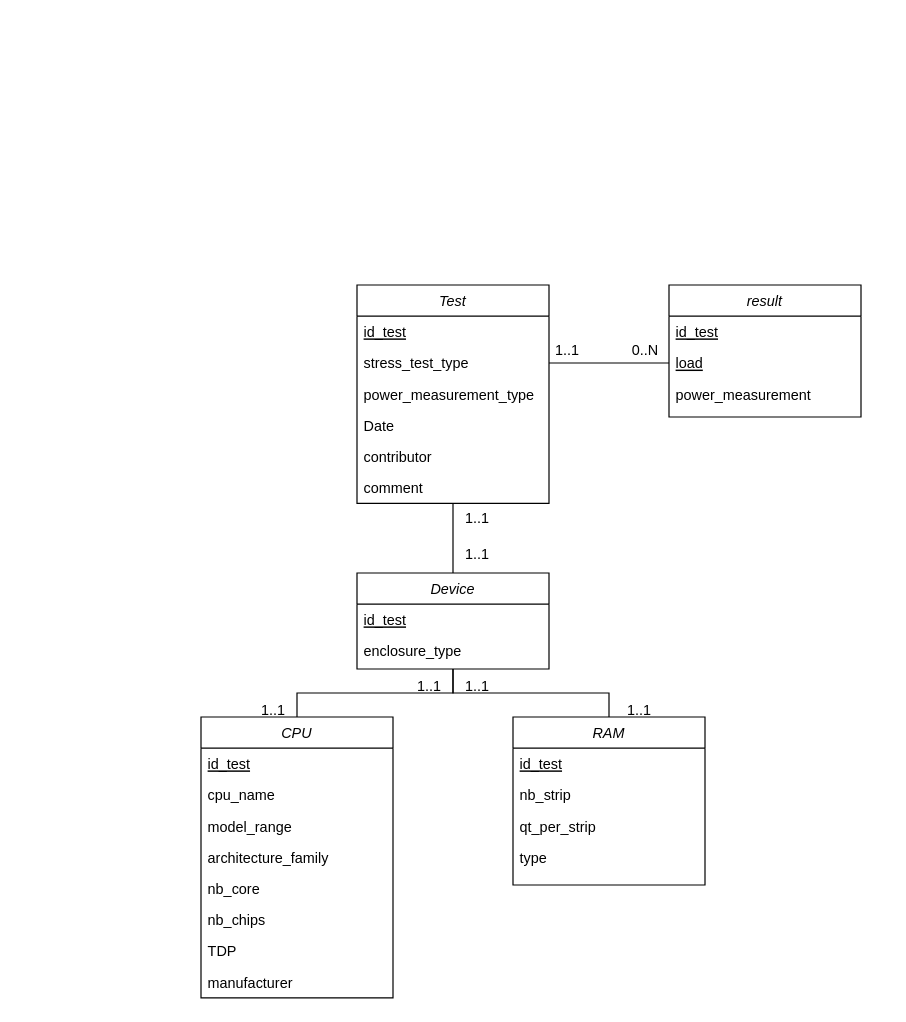
Above: Untitled Diagram.drawio in Boavizta/Energizta (draw.io), before the change. Source tidied: cells renumbered, new cells numbered last; positions are measured from the earlier drawing's top-left corner, leaving out a move shared by most shapes. Both pictures are drawn from the tidied source at 120%, with x=0, y=0 at pixel (200, 284).
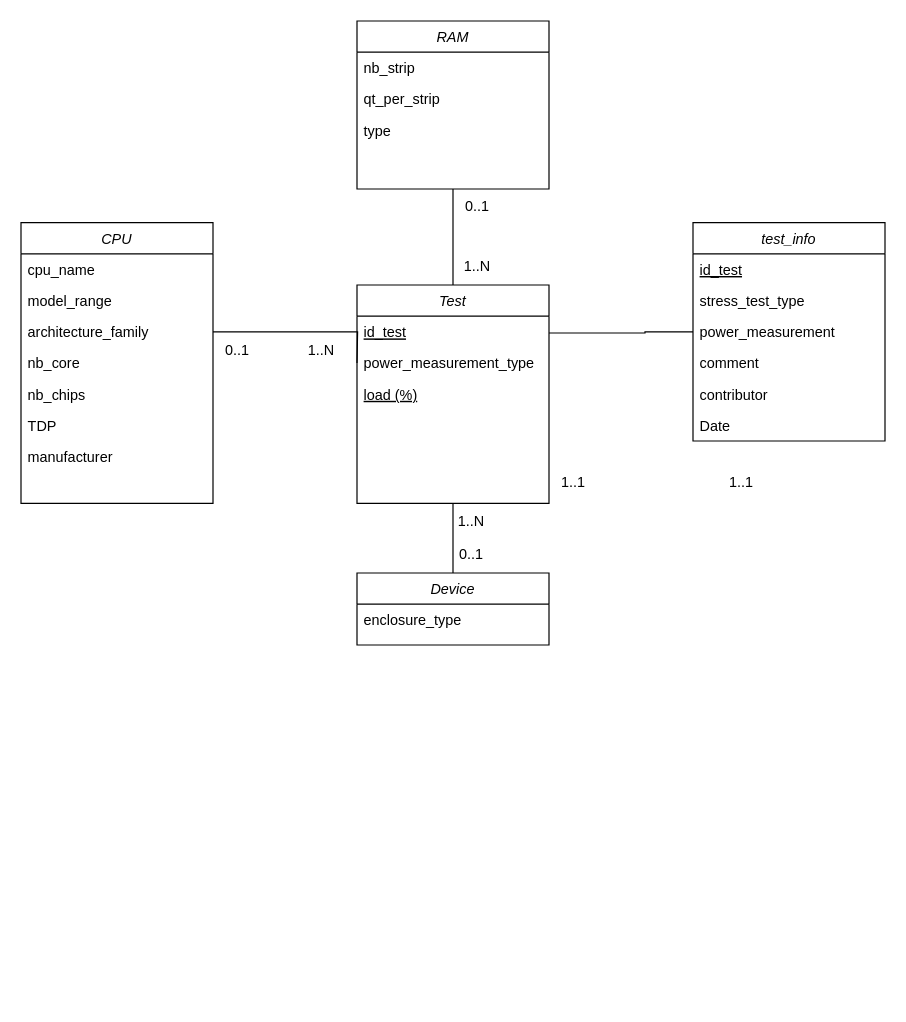
The same page after the edit.

The change refers to these unchanged cells:
```xml
<mxCell id="4" value="Test" style="swimlane;fontStyle=2;align=center;verticalAlign=top;horizontal=1;startSize=26;rounded=0;shadow=0;strokeWidth=1;" parent="1" vertex="1">
  <mxGeometry x="130" width="160" height="182" as="geometry" />
</mxCell>
<mxCell id="14" value="power_measurement" style="text;align=left;verticalAlign=top;spacingLeft=4;spacingRight=4;overflow=hidden;points=[[0,0.5],[1,0.5]];portConstraint=eastwest;rounded=0;shadow=0;html=0;" parent="11" vertex="1">
  <mxGeometry y="78" width="160" height="26" as="geometry" />
</mxCell>
```

Diff of the diagram source:
```diff
@@
-    <mxCell id="2" style="edgeStyle=orthogonalEdgeStyle;rounded=0;jettySize=auto;html=1;entryX=0;entryY=0.5;entryDx=0;entryDy=0;endArrow=none;endFill=0;" parent="1" edge="1" source="4" target="13">
+    <mxCell id="2" style="edgeStyle=orthogonalEdgeStyle;rounded=0;jettySize=auto;html=1;entryX=0;entryY=0.5;entryDx=0;entryDy=0;endArrow=none;endFill=0;" parent="1" edge="1" source="4" target="14">
       <mxGeometry relative="1" as="geometry">
         <Array as="points">
-          <mxPoint x="330" y="65" />
-          <mxPoint x="330" y="65" />
+          <mxPoint x="370" y="40" />
+          <mxPoint x="370" y="39" />
         </Array>
       </mxGeometry>
     </mxCell>
@@
-    <mxCell id="6" value="stress_test_type" style="text;align=left;verticalAlign=top;spacingLeft=4;spacingRight=4;overflow=hidden;rounded=0;shadow=0;html=0;" parent="4" vertex="1">
-      <mxGeometry y="52" width="160" height="26" as="geometry" />
-    </mxCell>
     <mxCell id="7" value="power_measurement_type" style="text;align=left;verticalAlign=top;spacingLeft=4;spacingRight=4;overflow=hidden;rounded=0;shadow=0;html=0;" parent="4" vertex="1">
-      <mxGeometry y="78" width="160" height="26" as="geometry" />
+      <mxGeometry y="52" width="160" height="26" as="geometry" />
     </mxCell>
-    <mxCell id="8" value="Date" style="text;align=left;verticalAlign=top;spacingLeft=4;spacingRight=4;overflow=hidden;rounded=0;shadow=0;html=0;" parent="4" vertex="1">
-      <mxGeometry y="104" width="160" height="26" as="geometry" />
-    </mxCell>
-    <mxCell id="9" value="contributor" style="text;align=left;verticalAlign=top;spacingLeft=4;spacingRight=4;overflow=hidden;rounded=0;shadow=0;html=0;" parent="4" vertex="1">
-      <mxGeometry y="130" width="160" height="26" as="geometry" />
-    </mxCell>
-    <mxCell id="10" value="comment" style="text;align=left;verticalAlign=top;spacingLeft=4;spacingRight=4;overflow=hidden;rounded=0;shadow=0;html=0;" parent="4" vertex="1">
-      <mxGeometry y="156" width="160" height="26" as="geometry" />
-    </mxCell>
+    <mxCell id="42" value="load (%)" style="text;align=left;verticalAlign=top;spacingLeft=4;spacingRight=4;overflow=hidden;rounded=0;shadow=0;html=0;fontStyle=4;" parent="4" vertex="1">
+      <mxGeometry y="78" width="160" height="26" as="geometry" />
+    </mxCell>
-    <mxCell id="11" value="result" style="swimlane;fontStyle=2;align=center;verticalAlign=top;horizontal=1;startSize=26;rounded=0;shadow=0;strokeWidth=1;" parent="1" vertex="1">
-      <mxGeometry x="390" width="160" height="110" as="geometry" />
+    <mxCell id="11" value="test_info" style="swimlane;fontStyle=2;align=center;verticalAlign=top;horizontal=1;startSize=26;rounded=0;shadow=0;strokeWidth=1;" parent="1" vertex="1">
+      <mxGeometry x="410" y="-52" width="160" height="182" as="geometry" />
     </mxCell>
@@
-    <mxCell id="13" value="load" style="text;align=left;verticalAlign=top;spacingLeft=4;spacingRight=4;overflow=hidden;points=[[0,0.5],[1,0.5]];portConstraint=eastwest;rounded=0;shadow=0;html=0;fontStyle=4;" parent="11" vertex="1">
-      <mxGeometry y="52" width="160" height="26" as="geometry" />
-    </mxCell>
+    <mxCell id="6" value="stress_test_type" style="text;align=left;verticalAlign=top;spacingLeft=4;spacingRight=4;overflow=hidden;rounded=0;shadow=0;html=0;" parent="11" vertex="1">
+      <mxGeometry y="52" width="160" height="26" as="geometry" />
+    </mxCell>
@@
+    <mxCell id="10" value="comment" style="text;align=left;verticalAlign=top;spacingLeft=4;spacingRight=4;overflow=hidden;rounded=0;shadow=0;html=0;" parent="11" vertex="1">
+      <mxGeometry y="104" width="160" height="26" as="geometry" />
+    </mxCell>
+    <mxCell id="9" value="contributor" style="text;align=left;verticalAlign=top;spacingLeft=4;spacingRight=4;overflow=hidden;rounded=0;shadow=0;html=0;" parent="11" vertex="1">
+      <mxGeometry y="130" width="160" height="26" as="geometry" />
+    </mxCell>
+    <mxCell id="8" value="Date" style="text;align=left;verticalAlign=top;spacingLeft=4;spacingRight=4;overflow=hidden;rounded=0;shadow=0;html=0;" parent="11" vertex="1">
+      <mxGeometry y="156" width="160" height="26" as="geometry" />
+    </mxCell>
     <mxCell id="15" value="CPU" style="swimlane;fontStyle=2;align=center;verticalAlign=top;horizontal=1;startSize=26;rounded=0;shadow=0;strokeWidth=1;" parent="1" vertex="1">
-      <mxGeometry y="360" width="160" height="234" as="geometry" />
+      <mxGeometry x="-150" y="-52" width="160" height="234" as="geometry" />
     </mxCell>
-    <mxCell id="16" value="id_test" style="text;align=left;verticalAlign=top;spacingLeft=4;spacingRight=4;overflow=hidden;fontStyle=4;" parent="15" vertex="1">
-      <mxGeometry y="26" width="160" height="26" as="geometry" />
-    </mxCell>
     <mxCell id="17" value="cpu_name" style="text;align=left;verticalAlign=top;spacingLeft=4;spacingRight=4;overflow=hidden;fontStyle=0;" parent="15" vertex="1">
-      <mxGeometry y="52" width="160" height="26" as="geometry" />
+      <mxGeometry y="26" width="160" height="26" as="geometry" />
     </mxCell>
     <mxCell id="18" value="model_range" style="text;align=left;verticalAlign=top;spacingLeft=4;spacingRight=4;overflow=hidden;fontStyle=0;" parent="15" vertex="1">
-      <mxGeometry y="78" width="160" height="26" as="geometry" />
+      <mxGeometry y="52" width="160" height="26" as="geometry" />
     </mxCell>
     <mxCell id="19" value="architecture_family" style="text;align=left;verticalAlign=top;spacingLeft=4;spacingRight=4;overflow=hidden;points=[[0,0.5],[1,0.5]];portConstraint=eastwest;fontStyle=0;" parent="15" vertex="1">
-      <mxGeometry y="104" width="160" height="26" as="geometry" />
+      <mxGeometry y="78" width="160" height="26" as="geometry" />
     </mxCell>
     <mxCell id="20" value="nb_core" style="text;align=left;verticalAlign=top;spacingLeft=4;spacingRight=4;overflow=hidden;fontStyle=0;" parent="15" vertex="1">
-      <mxGeometry y="130" width="160" height="26" as="geometry" />
+      <mxGeometry y="104" width="160" height="26" as="geometry" />
     </mxCell>
     <mxCell id="21" value="nb_chips" style="text;align=left;verticalAlign=top;spacingLeft=4;spacingRight=4;overflow=hidden;fontStyle=0;" parent="15" vertex="1">
-      <mxGeometry y="156" width="160" height="26" as="geometry" />
+      <mxGeometry y="130" width="160" height="26" as="geometry" />
     </mxCell>
     <mxCell id="22" value="TDP" style="text;align=left;verticalAlign=top;spacingLeft=4;spacingRight=4;overflow=hidden;fontStyle=0;" parent="15" vertex="1">
-      <mxGeometry y="182" width="160" height="26" as="geometry" />
+      <mxGeometry y="156" width="160" height="26" as="geometry" />
     </mxCell>
     <mxCell id="23" value="manufacturer" style="text;align=left;verticalAlign=top;spacingLeft=4;spacingRight=4;overflow=hidden;fontStyle=0;" parent="15" vertex="1">
-      <mxGeometry y="208" width="160" height="26" as="geometry" />
+      <mxGeometry y="182" width="160" height="26" as="geometry" />
     </mxCell>
     <mxCell id="24" value="RAM" style="swimlane;fontStyle=2;align=center;verticalAlign=top;horizontal=1;startSize=26;rounded=0;shadow=0;strokeWidth=1;" parent="1" vertex="1">
-      <mxGeometry x="260" y="360" width="160" height="140" as="geometry" />
+      <mxGeometry x="130" y="-220" width="160" height="140" as="geometry" />
     </mxCell>
-    <mxCell id="25" value="id_test" style="text;align=left;verticalAlign=top;spacingLeft=4;spacingRight=4;overflow=hidden;fontStyle=4;" parent="24" vertex="1">
-      <mxGeometry y="26" width="160" height="26" as="geometry" />
-    </mxCell>
     <mxCell id="26" value="nb_strip" style="text;align=left;verticalAlign=top;spacingLeft=4;spacingRight=4;overflow=hidden;fontStyle=0;" parent="24" vertex="1">
-      <mxGeometry y="52" width="160" height="26" as="geometry" />
+      <mxGeometry y="26" width="160" height="26" as="geometry" />
     </mxCell>
     <mxCell id="27" value="qt_per_strip" style="text;align=left;verticalAlign=top;spacingLeft=4;spacingRight=4;overflow=hidden;fontStyle=0;" parent="24" vertex="1">
-      <mxGeometry y="78" width="160" height="26" as="geometry" />
+      <mxGeometry y="52" width="160" height="26" as="geometry" />
     </mxCell>
     <mxCell id="28" value="type" style="text;align=left;verticalAlign=top;spacingLeft=4;spacingRight=4;overflow=hidden;fontStyle=0;" parent="24" vertex="1">
-      <mxGeometry y="104" width="160" height="26" as="geometry" />
+      <mxGeometry y="78" width="160" height="26" as="geometry" />
     </mxCell>
-    <mxCell id="29" style="edgeStyle=orthogonalEdgeStyle;rounded=0;jettySize=auto;html=1;entryX=0.5;entryY=0;entryDx=0;entryDy=0;endArrow=none;endFill=0;" parent="1" edge="1" source="31" target="15">
-      <mxGeometry relative="1" as="geometry" />
+    <mxCell id="29" style="edgeStyle=orthogonalEdgeStyle;rounded=0;jettySize=auto;html=1;entryX=1;entryY=0.5;entryDx=0;entryDy=0;endArrow=none;endFill=0;exitX=0;exitY=0.5;exitDx=0;exitDy=0;" parent="1" edge="1" target="19">
+      <mxGeometry relative="1" as="geometry">
+        <mxPoint x="130" y="65" as="sourcePoint" />
+      </mxGeometry>
     </mxCell>
-    <mxCell id="30" style="edgeStyle=orthogonalEdgeStyle;rounded=0;jettySize=auto;html=1;endArrow=none;endFill=0;" parent="1" edge="1" source="31" target="24">
+    <mxCell id="30" style="edgeStyle=orthogonalEdgeStyle;rounded=0;jettySize=auto;html=1;endArrow=none;endFill=0;exitX=0.5;exitY=0;exitDx=0;exitDy=0;" parent="1" edge="1" source="4" target="24">
       <mxGeometry relative="1" as="geometry" />
     </mxCell>
     <mxCell id="31" value="Device" style="swimlane;fontStyle=2;align=center;verticalAlign=top;horizontal=1;startSize=26;rounded=0;shadow=0;strokeWidth=1;" parent="1" vertex="1">
-      <mxGeometry x="130" y="240" width="160" height="80" as="geometry" />
+      <mxGeometry x="130" y="240" width="160" height="60" as="geometry" />
     </mxCell>
-    <mxCell id="32" value="id_test" style="text;align=left;verticalAlign=top;spacingLeft=4;spacingRight=4;overflow=hidden;fontStyle=4;" parent="31" vertex="1">
-      <mxGeometry y="26" width="160" height="26" as="geometry" />
-    </mxCell>
     <mxCell id="33" value="enclosure_type" style="text;align=left;verticalAlign=top;spacingLeft=4;spacingRight=4;overflow=hidden;fontStyle=0;" parent="31" vertex="1">
-      <mxGeometry y="52" width="160" height="28" as="geometry" />
+      <mxGeometry y="26" width="160" height="28" as="geometry" />
     </mxCell>
-    <mxCell id="34" value="1..1" style="text;html=1;align=center;verticalAlign=middle;strokeColor=none;fillColor=none;" parent="1" vertex="1">
-      <mxGeometry x="285" y="40" width="40" height="30" as="geometry" />
-    </mxCell>
-    <mxCell id="35" value="0..N" style="text;html=1;align=center;verticalAlign=middle;strokeColor=none;fillColor=none;" parent="1" vertex="1">
-      <mxGeometry x="345" y="40" width="50" height="30" as="geometry" />
-    </mxCell>
-    <mxCell id="36" value="1..1" style="text;html=1;align=center;verticalAlign=middle;strokeColor=none;fillColor=none;" parent="1" vertex="1">
-      <mxGeometry x="210" y="180" width="40" height="30" as="geometry" />
+    <mxCell id="36" value="0..1" style="text;html=1;align=center;verticalAlign=middle;strokeColor=none;fillColor=none;" parent="1" vertex="1">
+      <mxGeometry x="205" y="210" width="40" height="30" as="geometry" />
     </mxCell>
-    <mxCell id="37" value="1..1" style="text;html=1;align=center;verticalAlign=middle;strokeColor=none;fillColor=none;" parent="1" vertex="1">
-      <mxGeometry x="210" y="210" width="40" height="30" as="geometry" />
+    <mxCell id="37" value="1..N" style="text;html=1;align=center;verticalAlign=middle;strokeColor=none;fillColor=none;" parent="1" vertex="1">
+      <mxGeometry x="75" y="40" width="50" height="30" as="geometry" />
     </mxCell>
-    <mxCell id="38" value="1..1" style="text;html=1;align=center;verticalAlign=middle;strokeColor=none;fillColor=none;" parent="1" vertex="1">
-      <mxGeometry x="170" y="320" width="40" height="30" as="geometry" />
-    </mxCell>
-    <mxCell id="39" value="1..1" style="text;html=1;align=center;verticalAlign=middle;strokeColor=none;fillColor=none;" parent="1" vertex="1">
-      <mxGeometry x="210" y="320" width="40" height="30" as="geometry" />
-    </mxCell>
-    <mxCell id="40" value="1..1" style="text;html=1;align=center;verticalAlign=middle;strokeColor=none;fillColor=none;" parent="1" vertex="1">
-      <mxGeometry x="345" y="340" width="40" height="30" as="geometry" />
+    <mxCell id="40" value="1..N" style="text;html=1;align=center;verticalAlign=middle;strokeColor=none;fillColor=none;" parent="1" vertex="1">
+      <mxGeometry x="205" y="-30" width="50" height="30" as="geometry" />
     </mxCell>
-    <mxCell id="41" value="1..1" style="text;html=1;align=center;verticalAlign=middle;strokeColor=none;fillColor=none;" parent="1" vertex="1">
-      <mxGeometry x="40" y="340" width="40" height="30" as="geometry" />
+    <mxCell id="41" value="0..1" style="text;html=1;align=center;verticalAlign=middle;strokeColor=none;fillColor=none;" parent="1" vertex="1">
+      <mxGeometry x="210" y="-80" width="40" height="30" as="geometry" />
     </mxCell>
+    <mxCell id="43" value="0..1" style="text;html=1;align=center;verticalAlign=middle;strokeColor=none;fillColor=none;" parent="1" vertex="1">
+      <mxGeometry x="10" y="40" width="40" height="30" as="geometry" />
+    </mxCell>
+    <mxCell id="44" value="1..N" style="text;html=1;align=center;verticalAlign=middle;strokeColor=none;fillColor=none;" parent="1" vertex="1">
+      <mxGeometry x="200" y="182" width="50" height="30" as="geometry" />
+    </mxCell>
+    <mxCell id="45" value="1..1" style="text;html=1;align=center;verticalAlign=middle;strokeColor=none;fillColor=none;" parent="1" vertex="1">
+      <mxGeometry x="290" y="150" width="40" height="30" as="geometry" />
+    </mxCell>
+    <mxCell id="46" value="1..1" style="text;html=1;align=center;verticalAlign=middle;strokeColor=none;fillColor=none;" parent="1" vertex="1">
+      <mxGeometry x="430" y="150" width="40" height="30" as="geometry" />
+    </mxCell>
```
